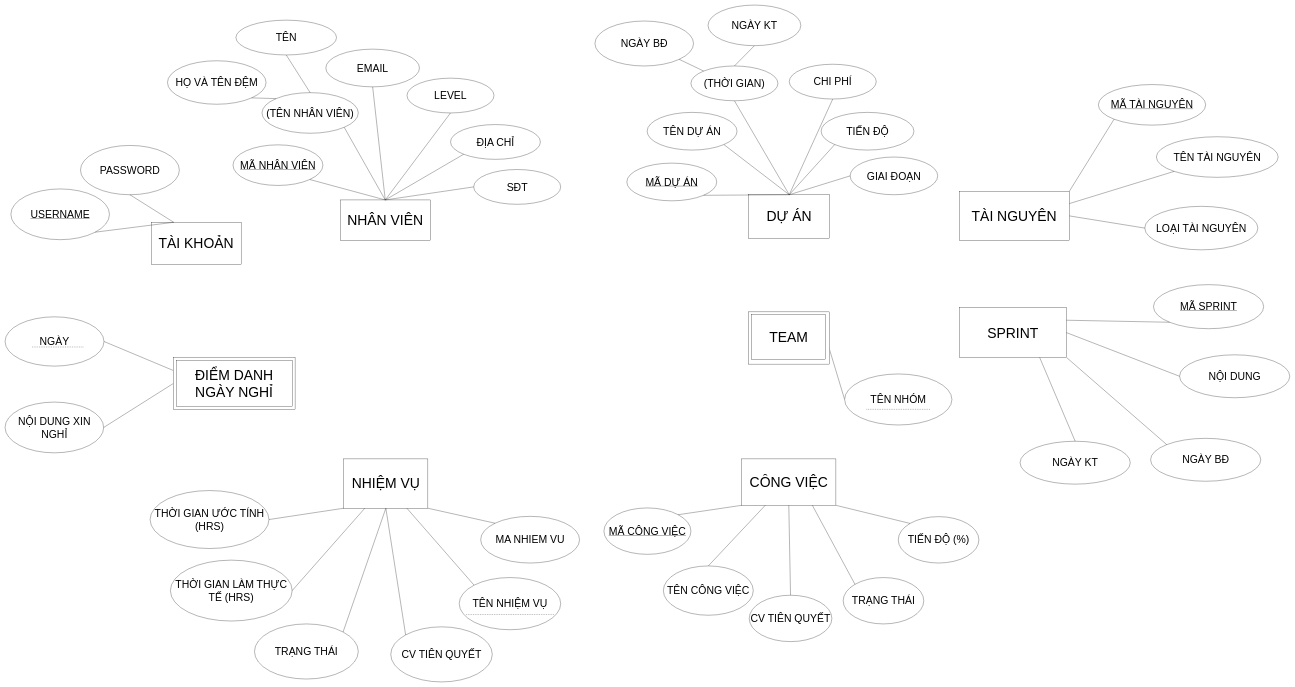
Before: page "Các Tập Thực Thể" (2 of 2) of model/Relation_ERD.drawio in Narius2030/Project-Management-App, a draw.io diagram. Source tidied: cells renumbered, new cells numbered last; positions are measured from the earlier drawing's top-left corner, leaving out a move shared by most shapes. Both pictures are drawn from the tidied source at 29%, with x=0, y=0 at pixel (5, 5).
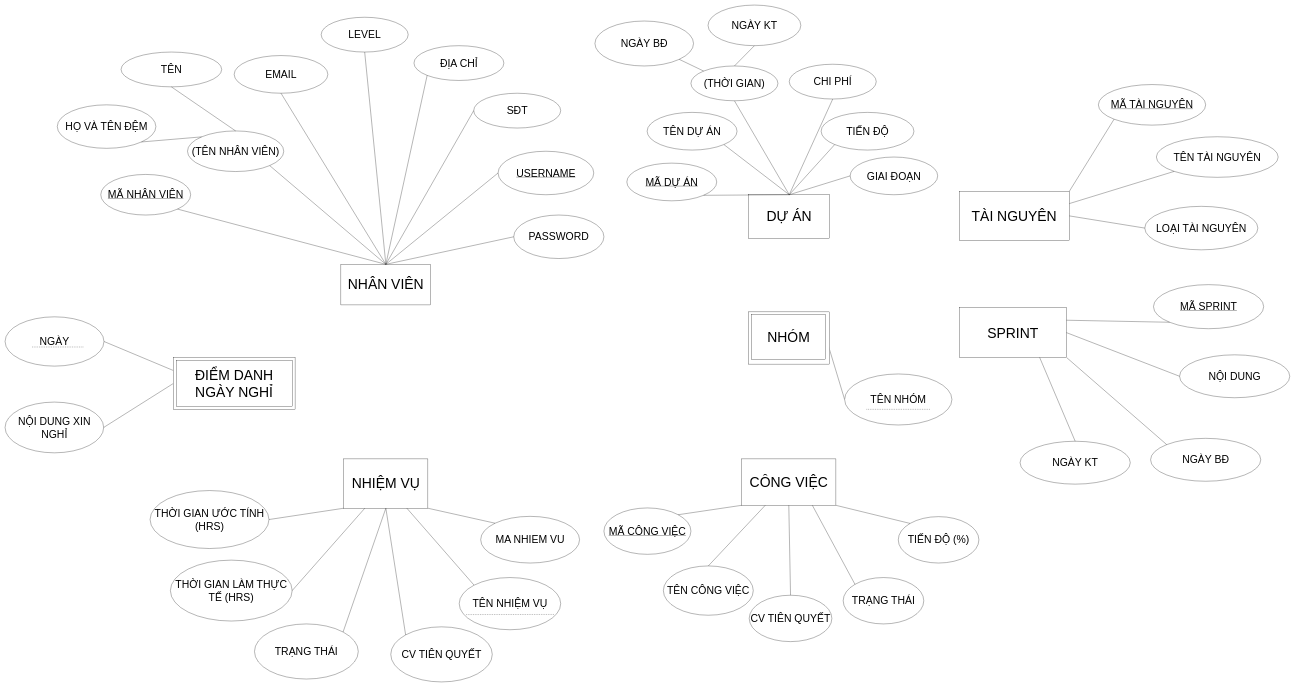
The same diagram, later.

The change refers to these unchanged cells:
```xml
<mxCell id="55" style="group;rounded=0;strokeColor=default;fontFamily=Helvetica;fontSize=12;fontColor=default;fillColor=default;html=1;" parent="1" vertex="1">
  <mxGeometry x="2564" y="1058" width="280" height="180" as="geometry" />
</mxCell>
```

What changed in the source:
```diff
@@
-    <mxCell id="2" value="&lt;font style=&quot;font-size: 48px;&quot;&gt;TÀI KHOẢN&lt;/font&gt;" style="rounded=0;whiteSpace=wrap;html=1;shadow=0;" parent="1" vertex="1">
-      <mxGeometry x="504" y="749" width="310" height="145" as="geometry" />
-    </mxCell>
     <mxCell id="3" value="&lt;font style=&quot;font-size: 36px;&quot;&gt;USERNAME&lt;/font&gt;" style="ellipse;whiteSpace=wrap;html=1;fontStyle=4;" parent="1" vertex="1">
-      <mxGeometry x="20" y="634" width="340" height="175" as="geometry" />
+      <mxGeometry x="1700" y="504" width="330" height="150" as="geometry" />
     </mxCell>
     <mxCell id="4" value="&lt;font style=&quot;font-size: 36px;&quot;&gt;PASSWORD&lt;/font&gt;" style="ellipse;whiteSpace=wrap;html=1;" parent="1" vertex="1">
-      <mxGeometry x="260" y="484" width="341" height="170" as="geometry" />
+      <mxGeometry x="1754" y="724" width="311" height="150" as="geometry" />
     </mxCell>
-    <mxCell id="5" style="endArrow=none;html=1;rounded=0;exitX=0.25;exitY=0;exitDx=0;exitDy=0;entryX=1;entryY=1;entryDx=0;entryDy=0;" parent="1" edge="1" source="2" target="3">
-      <mxGeometry relative="1" as="geometry" />
-    </mxCell>
-    <mxCell id="6" style="endArrow=none;html=1;rounded=0;exitX=0.25;exitY=0;exitDx=0;exitDy=0;entryX=0.5;entryY=1;entryDx=0;entryDy=0;" parent="1" edge="1" source="2" target="4">
-      <mxGeometry relative="1" as="geometry" />
-    </mxCell>
     <mxCell id="7" value="&lt;font style=&quot;font-size: 48px;&quot;&gt;NHÂN VIÊN&lt;/font&gt;" style="rounded=0;whiteSpace=wrap;html=1;" parent="1" vertex="1">
-      <mxGeometry x="1156" y="672" width="310" height="140" as="geometry" />
+      <mxGeometry x="1158" y="894" width="310" height="140" as="geometry" />
     </mxCell>
     <mxCell id="8" value="&lt;u&gt;&lt;font style=&quot;font-size: 36px;&quot;&gt;MÃ NHÂN VIÊN&lt;/font&gt;&lt;/u&gt;" style="ellipse;whiteSpace=wrap;html=1;" parent="1" vertex="1">
-      <mxGeometry x="786" y="482" width="310" height="140" as="geometry" />
+      <mxGeometry x="330" y="584" width="310" height="140" as="geometry" />
     </mxCell>
     <mxCell id="9" value="&lt;font style=&quot;font-size: 36px;&quot;&gt;(TÊN NHÂN VIÊN)&lt;/font&gt;" style="ellipse;whiteSpace=wrap;html=1;" parent="1" vertex="1">
-      <mxGeometry x="886" y="302" width="332" height="140" as="geometry" />
+      <mxGeometry x="629" y="434" width="332" height="140" as="geometry" />
     </mxCell>
     <mxCell id="10" value="&lt;font style=&quot;font-size: 36px;&quot;&gt;HỌ VÀ TÊN ĐỆM&lt;/font&gt;" style="ellipse;whiteSpace=wrap;html=1;" parent="1" vertex="1">
-      <mxGeometry x="560" y="192" width="340" height="150" as="geometry" />
+      <mxGeometry x="180" y="344" width="340" height="150" as="geometry" />
     </mxCell>
     <mxCell id="11" value="&lt;font style=&quot;font-size: 36px;&quot;&gt;TÊN&lt;/font&gt;" style="ellipse;whiteSpace=wrap;html=1;" parent="1" vertex="1">
-      <mxGeometry x="796" y="52" width="347" height="120" as="geometry" />
+      <mxGeometry x="400" y="162" width="347" height="120" as="geometry" />
     </mxCell>
     <mxCell id="12" value="&lt;span style=&quot;font-size: 36px;&quot;&gt;EMAIL&lt;/span&gt;" style="ellipse;whiteSpace=wrap;html=1;" parent="1" vertex="1">
-      <mxGeometry x="1106" y="152" width="323" height="130" as="geometry" />
+      <mxGeometry x="790" y="174" width="323" height="130" as="geometry" />
     </mxCell>
     <mxCell id="13" value="&lt;font style=&quot;font-size: 36px;&quot;&gt;LEVEL&lt;/font&gt;" style="ellipse;whiteSpace=wrap;html=1;" parent="1" vertex="1">
-      <mxGeometry x="1386" y="252" width="300" height="120" as="geometry" />
+      <mxGeometry x="1090" y="42" width="300" height="120" as="geometry" />
     </mxCell>
     <mxCell id="14" value="&lt;font style=&quot;font-size: 36px;&quot;&gt;ĐỊA CHỈ&lt;/font&gt;" style="ellipse;whiteSpace=wrap;html=1;" parent="1" vertex="1">
-      <mxGeometry x="1536" y="412" width="310" height="120" as="geometry" />
+      <mxGeometry x="1410" y="140" width="310" height="120" as="geometry" />
     </mxCell>
     <mxCell id="15" value="&lt;font style=&quot;font-size: 36px;&quot;&gt;SĐT&lt;/font&gt;" style="ellipse;whiteSpace=wrap;html=1;" parent="1" vertex="1">
-      <mxGeometry x="1616" y="567" width="300" height="120" as="geometry" />
+      <mxGeometry x="1616" y="304" width="300" height="120" as="geometry" />
     </mxCell>
@@
-    <mxCell id="56" value="&lt;font style=&quot;font-size: 48px;&quot;&gt;TEAM&lt;/font&gt;" style="rounded=0;whiteSpace=wrap;html=1;strokeColor=default;fontFamily=Helvetica;fontSize=12;fontColor=default;fillColor=default;" parent="55" vertex="1">
+    <mxCell id="56" value="&lt;span style=&quot;font-size: 48px;&quot;&gt;NHÓM&lt;/span&gt;" style="rounded=0;whiteSpace=wrap;html=1;strokeColor=default;fontFamily=Helvetica;fontSize=12;fontColor=default;fillColor=default;" parent="55" vertex="1">
       <mxGeometry x="10" y="10" width="256" height="153.6" as="geometry" />
     </mxCell>
@@
+    <mxCell id="99" style="endArrow=none;html=1;rounded=0;entryX=0;entryY=0.5;entryDx=0;entryDy=0;exitX=0.5;exitY=0;exitDx=0;exitDy=0;" parent="1" edge="1" source="7" target="3">
+      <mxGeometry relative="1" as="geometry" />
+    </mxCell>
+    <mxCell id="100" style="endArrow=none;html=1;rounded=0;entryX=0;entryY=0.5;entryDx=0;entryDy=0;exitX=0.5;exitY=0;exitDx=0;exitDy=0;" parent="1" edge="1" source="7" target="4">
+      <mxGeometry relative="1" as="geometry" />
+    </mxCell>
```
